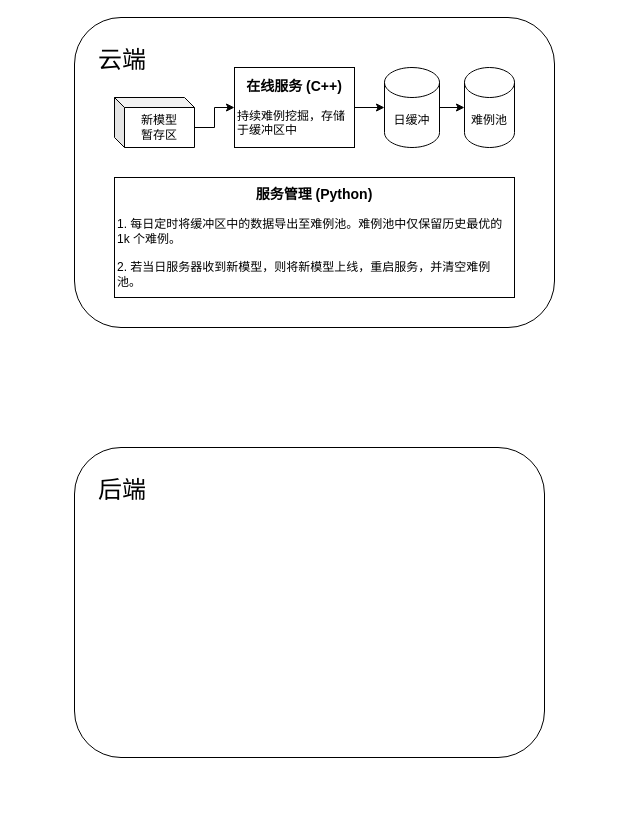
Above: Untitled Diagram.drawio in devymex/notes (draw.io), before the change. Source tidied: cells renumbered, new cells numbered last; positions are measured from the earlier drawing's top-left corner, leaving out a move shared by most shapes. Both pictures are drawn from the tidied source at 100%, with x=0, y=0 at pixel (74, 17).
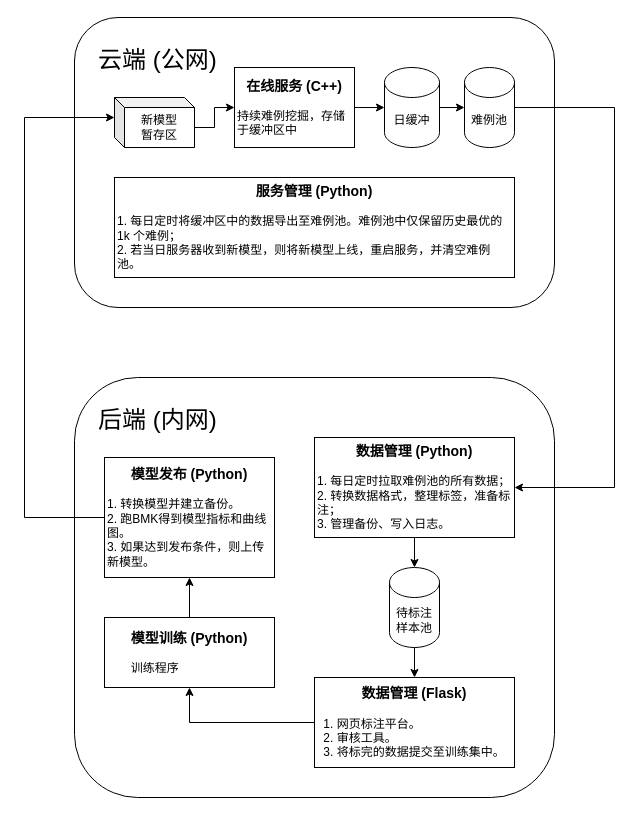
The same page after the edit.

The change refers to these unchanged cells:
```xml
<mxCell id="6" value="难例池" style="shape=cylinder3;whiteSpace=wrap;html=1;boundedLbl=1;backgroundOutline=1;size=15;fontSize=12;" parent="1" vertex="1">
  <mxGeometry x="390" y="50" width="50" height="80" as="geometry" />
</mxCell>
<mxCell id="10" value="新模型&lt;br&gt;暂存区" style="shape=cube;whiteSpace=wrap;html=1;boundedLbl=1;backgroundOutline=1;darkOpacity=0.05;darkOpacity2=0.1;fontSize=12;size=10;" parent="1" vertex="1">
  <mxGeometry x="40" y="80" width="80" height="50" as="geometry" />
</mxCell>
```

What changed in the source:
```diff
@@
+    <mxCell id="11" value="后端 (内网)" style="rounded=1;whiteSpace=wrap;html=1;fontSize=24;verticalAlign=top;align=left;spacing=24;" parent="1" vertex="1">
+      <mxGeometry y="360" width="480" height="420" as="geometry" />
+    </mxCell>
-    <mxCell id="2" value="云端" style="rounded=1;whiteSpace=wrap;html=1;fontSize=24;verticalAlign=top;align=left;spacing=24;" parent="1" vertex="1">
-      <mxGeometry width="480" height="310" as="geometry" />
+    <mxCell id="2" value="云端 (公网)" style="rounded=1;whiteSpace=wrap;html=1;fontSize=24;verticalAlign=top;align=left;spacing=24;" parent="1" vertex="1">
+      <mxGeometry width="480" height="290" as="geometry" />
     </mxCell>
@@
-    <mxCell id="5" value="&lt;font&gt;&lt;b style=&quot;font-size: 14px&quot;&gt;服务管理 (Python)&lt;br&gt;&lt;/b&gt;&lt;span&gt;&lt;br&gt;&lt;div style=&quot;text-align: left&quot;&gt;&lt;span&gt;1. 每日定时将缓冲区中的数据导出至难例池。难例池中仅保留历史最优的 1k 个难例。&lt;/span&gt;&lt;/div&gt;&lt;div style=&quot;text-align: left&quot;&gt;&lt;span&gt;&lt;br&gt;&lt;/span&gt;&lt;/div&gt;&lt;div style=&quot;text-align: left&quot;&gt;&lt;span&gt;2. 若当日服务器收到新模型，则将新模型上线，重启服务，并清空难例池。&lt;/span&gt;&lt;/div&gt;&lt;/span&gt;&lt;/font&gt;" style="rounded=0;whiteSpace=wrap;html=1;spacing=4;" parent="1" vertex="1">
-      <mxGeometry x="40" y="160" width="400" height="120" as="geometry" />
+    <mxCell id="5" value="&lt;font&gt;&lt;b style=&quot;font-size: 14px&quot;&gt;服务管理 (Python)&lt;br&gt;&lt;/b&gt;&lt;span&gt;&lt;br&gt;&lt;div style=&quot;text-align: left&quot;&gt;&lt;span&gt;1. 每日定时将缓冲区中的数据导出至难例池。难例池中仅保留历史最优的 1k 个难例；&lt;/span&gt;&lt;/div&gt;&lt;div style=&quot;text-align: left&quot;&gt;&lt;span&gt;2. 若当日服务器收到新模型，则将新模型上线，重启服务，并清空难例池。&lt;/span&gt;&lt;br&gt;&lt;/div&gt;&lt;/span&gt;&lt;/font&gt;" style="rounded=0;whiteSpace=wrap;html=1;spacing=4;" parent="1" vertex="1">
+      <mxGeometry x="40" y="160" width="400" height="100" as="geometry" />
     </mxCell>
+    <mxCell id="12" style="edgeStyle=orthogonalEdgeStyle;rounded=0;jettySize=auto;html=1;exitX=1;exitY=0.5;exitDx=0;exitDy=0;exitPerimeter=0;entryX=1;entryY=0.5;entryDx=0;entryDy=0;fontSize=12;" parent="1" edge="1" source="6" target="14">
+      <mxGeometry relative="1" as="geometry">
+        <Array as="points">
+          <mxPoint x="540" y="90" />
+          <mxPoint x="540" y="470" />
+        </Array>
+      </mxGeometry>
+    </mxCell>
@@
-    <mxCell id="11" value="后端" style="rounded=1;whiteSpace=wrap;html=1;fontSize=24;verticalAlign=top;align=left;spacing=24;" parent="1" vertex="1">
-      <mxGeometry y="430" width="470" height="310" as="geometry" />
-    </mxCell>
+    <mxCell id="13" style="edgeStyle=orthogonalEdgeStyle;rounded=0;jettySize=auto;html=1;exitX=0.5;exitY=1;exitDx=0;exitDy=0;fontSize=12;" parent="1" edge="1" source="14" target="16">
+      <mxGeometry relative="1" as="geometry" />
+    </mxCell>
+    <mxCell id="14" value="&lt;font&gt;&lt;b style=&quot;font-size: 14px&quot;&gt;数据管理 (Python)&lt;br&gt;&lt;/b&gt;&lt;span&gt;&lt;br&gt;&lt;div style=&quot;text-align: left&quot;&gt;&lt;span&gt;1. 每日定时拉取难例池的所有数据；&lt;br&gt;&lt;/span&gt;&lt;/div&gt;&lt;div style=&quot;text-align: left&quot;&gt;&lt;span&gt;2. 转换数据格式，整理标签，准备标注；&lt;/span&gt;&lt;/div&gt;&lt;div style=&quot;text-align: left&quot;&gt;&lt;span&gt;3. 管理备份、写入日志。&lt;/span&gt;&lt;/div&gt;&lt;/span&gt;&lt;/font&gt;" style="rounded=0;whiteSpace=wrap;html=1;spacing=4;" parent="1" vertex="1">
+      <mxGeometry x="240" y="420" width="200" height="100" as="geometry" />
+    </mxCell>
+    <mxCell id="15" style="edgeStyle=orthogonalEdgeStyle;rounded=0;jettySize=auto;html=1;exitX=0.5;exitY=1;exitDx=0;exitDy=0;exitPerimeter=0;entryX=0.5;entryY=0;entryDx=0;entryDy=0;fontSize=12;" parent="1" edge="1" source="16" target="18">
+      <mxGeometry relative="1" as="geometry" />
+    </mxCell>
+    <mxCell id="16" value="待标注样本池" style="shape=cylinder3;whiteSpace=wrap;html=1;boundedLbl=1;backgroundOutline=1;size=15;fontSize=12;spacing=4;" parent="1" vertex="1">
+      <mxGeometry x="315" y="550" width="50" height="80" as="geometry" />
+    </mxCell>
+    <mxCell id="17" style="edgeStyle=orthogonalEdgeStyle;rounded=0;jettySize=auto;html=1;exitX=0;exitY=0.5;exitDx=0;exitDy=0;entryX=0.5;entryY=1;entryDx=0;entryDy=0;fontSize=12;" parent="1" edge="1" source="18" target="20">
+      <mxGeometry relative="1" as="geometry" />
+    </mxCell>
+    <mxCell id="18" value="&lt;font&gt;&lt;b style=&quot;font-size: 14px&quot;&gt;数据管理 (Flask)&lt;br&gt;&lt;/b&gt;&lt;span&gt;&lt;br&gt;&lt;div style=&quot;text-align: left&quot;&gt;&lt;span&gt;1. 网页标注平台&lt;/span&gt;&lt;span&gt;。&lt;/span&gt;&lt;/div&gt;&lt;div style=&quot;text-align: left&quot;&gt;&lt;span&gt;2. 审核工具。&lt;/span&gt;&lt;/div&gt;&lt;div style=&quot;text-align: left&quot;&gt;&lt;span&gt;3. 将标完的数据提交至训练集中。&lt;/span&gt;&lt;/div&gt;&lt;/span&gt;&lt;/font&gt;" style="rounded=0;whiteSpace=wrap;html=1;spacing=4;" parent="1" vertex="1">
+      <mxGeometry x="240" y="660" width="200" height="90" as="geometry" />
+    </mxCell>
+    <mxCell id="19" style="edgeStyle=orthogonalEdgeStyle;rounded=0;jettySize=auto;html=1;exitX=0.5;exitY=0;exitDx=0;exitDy=0;entryX=0.5;entryY=1;entryDx=0;entryDy=0;fontSize=12;" parent="1" edge="1" source="20" target="22">
+      <mxGeometry relative="1" as="geometry" />
+    </mxCell>
+    <mxCell id="20" value="&lt;font&gt;&lt;b style=&quot;font-size: 14px&quot;&gt;模型训练 (Python)&lt;br&gt;&lt;/b&gt;&lt;span&gt;&lt;br&gt;&lt;div style=&quot;text-align: left&quot;&gt;&lt;span&gt;训练程序&lt;br&gt;&lt;/span&gt;&lt;/div&gt;&lt;/span&gt;&lt;/font&gt;" style="rounded=0;whiteSpace=wrap;html=1;spacing=4;" parent="1" vertex="1">
+      <mxGeometry x="30" y="600" width="170" height="70" as="geometry" />
+    </mxCell>
+    <mxCell id="21" style="edgeStyle=orthogonalEdgeStyle;rounded=0;jettySize=auto;html=1;exitX=0;exitY=0.5;exitDx=0;exitDy=0;entryX=0;entryY=0;entryDx=0;entryDy=20;entryPerimeter=0;fontSize=12;" parent="1" edge="1" source="22" target="10">
+      <mxGeometry relative="1" as="geometry">
+        <Array as="points">
+          <mxPoint x="-50" y="500" />
+          <mxPoint x="-50" y="100" />
+        </Array>
+      </mxGeometry>
+    </mxCell>
+    <mxCell id="22" value="&lt;font&gt;&lt;b style=&quot;font-size: 14px&quot;&gt;模型发布 (Python)&lt;br&gt;&lt;/b&gt;&lt;span&gt;&lt;br&gt;&lt;div style=&quot;text-align: left&quot;&gt;&lt;span&gt;1. 转换模型并建立备份。&lt;/span&gt;&lt;/div&gt;&lt;div style=&quot;text-align: left&quot;&gt;&lt;span&gt;2. 跑BMK得到模型指标和曲线图&lt;/span&gt;&lt;span&gt;。&lt;/span&gt;&lt;/div&gt;&lt;div style=&quot;text-align: left&quot;&gt;3. 如果达到发布条件，则上传新模型。&lt;/div&gt;&lt;/span&gt;&lt;/font&gt;" style="rounded=0;whiteSpace=wrap;html=1;spacing=4;" parent="1" vertex="1">
+      <mxGeometry x="30" y="440" width="170" height="120" as="geometry" />
+    </mxCell>
```
